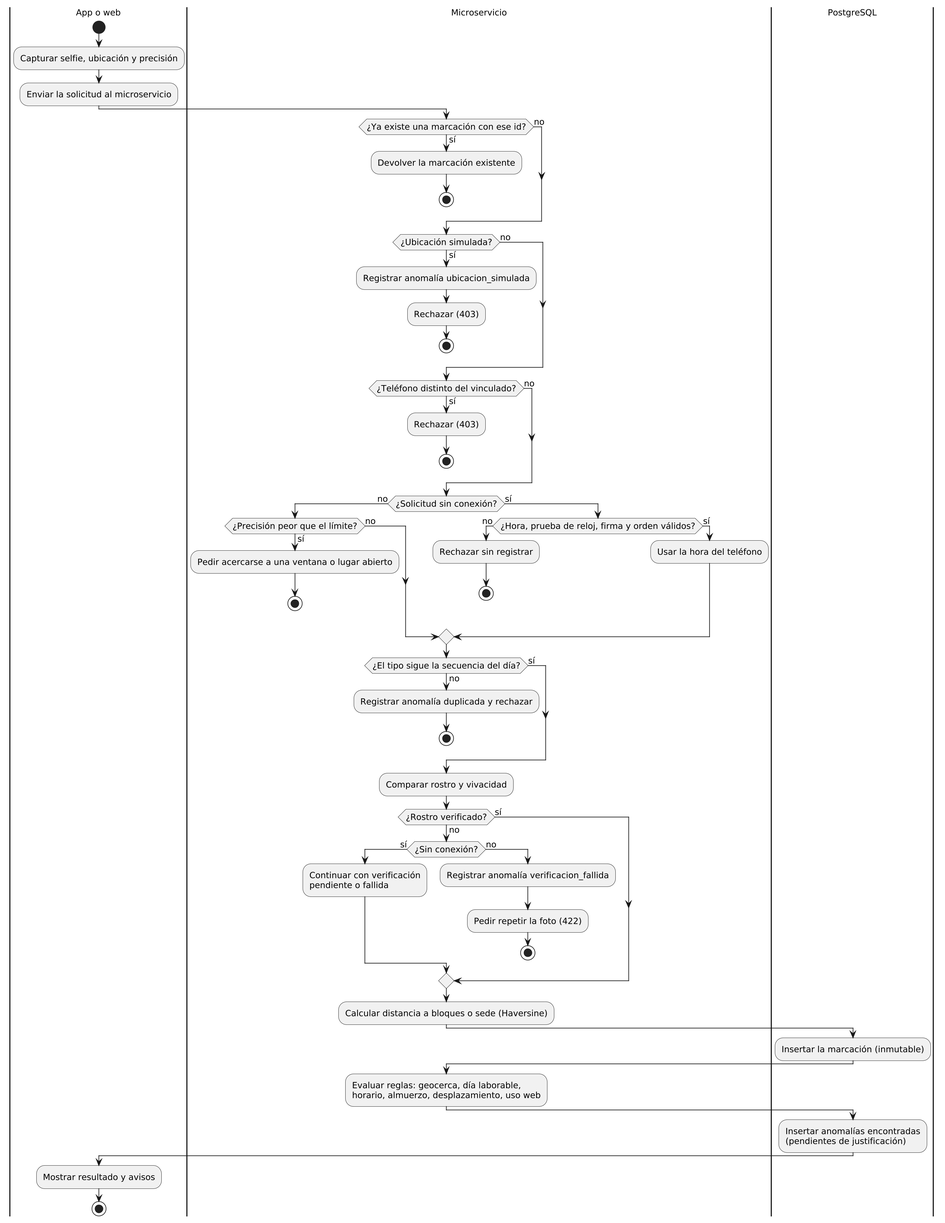
This is docs/tesis/capitulo4/F5_actividad_validacion.png from susisalan-maker/sistema-asistencia-unemi, a PlantUML export, as it was before one commit. Source of this version:
```plantuml
@startuml
skinparam monochrome true
skinparam shadowing false
skinparam defaultFontName "DejaVu Sans"
skinparam defaultFontSize 13
skinparam dpi 200
|App o web|
start
:Capturar selfie, ubicación y precisión;
:Enviar la solicitud al microservicio;
|Microservicio|
if (¿Ya existe una marcación con ese id?) then (sí)
  :Devolver la marcación existente;
  stop
else (no)
endif
if (¿Ubicación simulada?) then (sí)
  :Registrar anomalía ubicacion_simulada;
  :Rechazar (403);
  stop
else (no)
endif
if (¿Teléfono distinto del vinculado?) then (sí)
  :Rechazar (403);
  stop
else (no)
endif
if (¿Solicitud sin conexión?) then (no)
  if (¿Precisión peor que el límite?) then (sí)
    :Pedir acercarse a una ventana o lugar abierto;
    stop
  else (no)
  endif
else (sí)
  if (¿Hora, prueba de reloj, firma y orden válidos?) then (no)
    :Rechazar sin registrar;
    stop
  else (sí)
    :Usar la hora del teléfono;
  endif
endif
if (¿El tipo sigue la secuencia del día?) then (no)
  :Registrar anomalía duplicada y rechazar;
  stop
else (sí)
endif
:Comparar rostro y vivacidad;
if (¿Rostro verificado?) then (no)
  if (¿Sin conexión?) then (sí)
    :Continuar con verificación\npendiente o fallida;
  else (no)
    :Registrar anomalía verificacion_fallida;
    :Pedir repetir la foto (422);
    stop
  endif
else (sí)
endif
:Calcular distancia a bloques o sede (Haversine);
|PostgreSQL|
:Insertar la marcación (inmutable);
|Microservicio|
:Evaluar reglas: geocerca, día laborable,\nhorario, almuerzo, desplazamiento, uso web;
|PostgreSQL|
:Insertar anomalías encontradas\n(pendientes de justificación);
|App o web|
:Mostrar resultado y avisos;
stop
@enduml
```
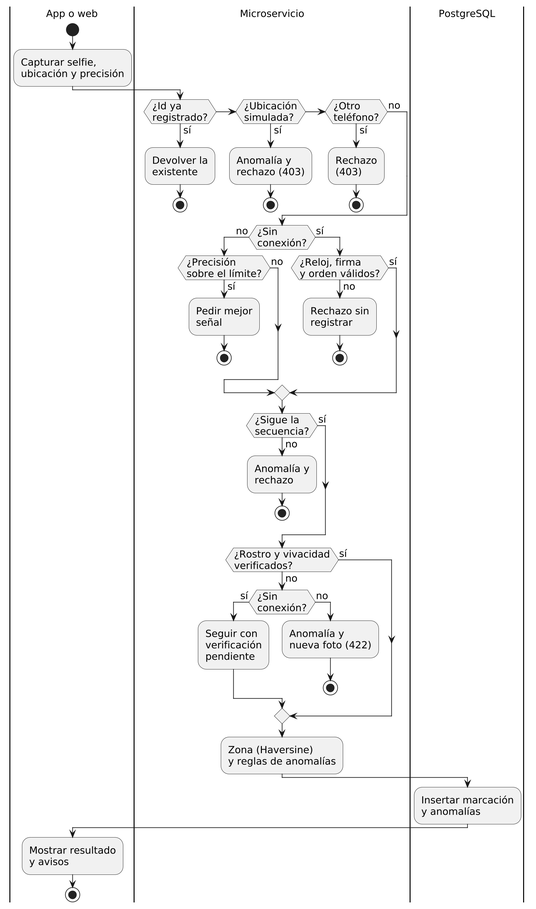
After the commit.

Change to the diagram source:
```diff
@@ -1,68 +1,53 @@
 @startuml
-skinparam monochrome true
-skinparam shadowing false
-skinparam defaultFontName "DejaVu Sans"
-skinparam defaultFontSize 13
-skinparam dpi 200
+!include comun.iuml
+skinparam padding 1
+skinparam defaultFontSize 15
 |App o web|
 start
-:Capturar selfie, ubicación y precisión;
-:Enviar la solicitud al microservicio;
+:Capturar selfie,\nubicación y precisión;
 |Microservicio|
-if (¿Ya existe una marcación con ese id?) then (sí)
-  :Devolver la marcación existente;
+if (¿Id ya\nregistrado?) then (sí)
+  :Devolver la\nexistente;
+  stop
+elseif (¿Ubicación\nsimulada?) then (sí)
+  :Anomalía y\nrechazo (403);
+  stop
+elseif (¿Otro\nteléfono?) then (sí)
+  :Rechazo\n(403);
   stop
 else (no)
 endif
-if (¿Ubicación simulada?) then (sí)
-  :Registrar anomalía ubicacion_simulada;
-  :Rechazar (403);
-  stop
-else (no)
-endif
-if (¿Teléfono distinto del vinculado?) then (sí)
-  :Rechazar (403);
-  stop
-else (no)
-endif
-if (¿Solicitud sin conexión?) then (no)
-  if (¿Precisión peor que el límite?) then (sí)
-    :Pedir acercarse a una ventana o lugar abierto;
+if (¿Sin\nconexión?) then (no)
+  if (¿Precisión\nsobre el límite?) then (sí)
+    :Pedir mejor\nseñal;
     stop
   else (no)
   endif
 else (sí)
-  if (¿Hora, prueba de reloj, firma y orden válidos?) then (no)
-    :Rechazar sin registrar;
+  if (¿Reloj, firma\ny orden válidos?) then (no)
+    :Rechazo sin\nregistrar;
     stop
   else (sí)
-    :Usar la hora del teléfono;
   endif
 endif
-if (¿El tipo sigue la secuencia del día?) then (no)
-  :Registrar anomalía duplicada y rechazar;
+if (¿Sigue la\nsecuencia?) then (no)
+  :Anomalía y\nrechazo;
   stop
 else (sí)
 endif
-:Comparar rostro y vivacidad;
-if (¿Rostro verificado?) then (no)
-  if (¿Sin conexión?) then (sí)
-    :Continuar con verificación\npendiente o fallida;
+if (¿Rostro y vivacidad\nverificados?) then (no)
+  if (¿Sin\nconexión?) then (sí)
+    :Seguir con\nverificación\npendiente;
   else (no)
-    :Registrar anomalía verificacion_fallida;
-    :Pedir repetir la foto (422);
+    :Anomalía y\nnueva foto (422);
     stop
   endif
 else (sí)
 endif
-:Calcular distancia a bloques o sede (Haversine);
+:Zona (Haversine)\ny reglas de anomalías;
 |PostgreSQL|
-:Insertar la marcación (inmutable);
-|Microservicio|
-:Evaluar reglas: geocerca, día laborable,\nhorario, almuerzo, desplazamiento, uso web;
-|PostgreSQL|
-:Insertar anomalías encontradas\n(pendientes de justificación);
+:Insertar marcación\ny anomalías;
 |App o web|
-:Mostrar resultado y avisos;
+:Mostrar resultado\ny avisos;
 stop
 @enduml
```
